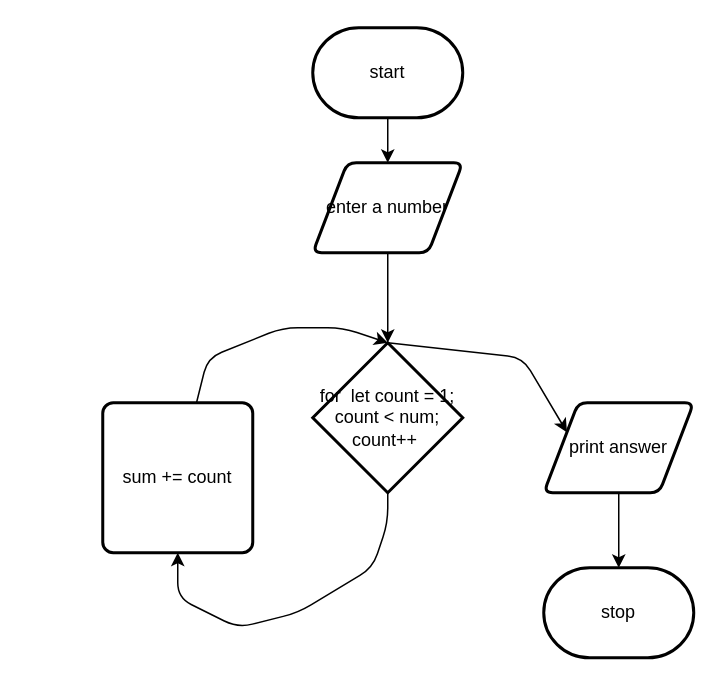
Above: design/flowchart.drawio in sophie-nguyen-0/ICS2O-unit5-07-forLoops (draw.io), before the change. Source tidied: cells renumbered, new cells numbered last; positions are measured from the earlier drawing's top-left corner, leaving out a move shared by most shapes. Both pictures are drawn from the tidied source at 150%, with x=0, y=0 at pixel (102, 27).
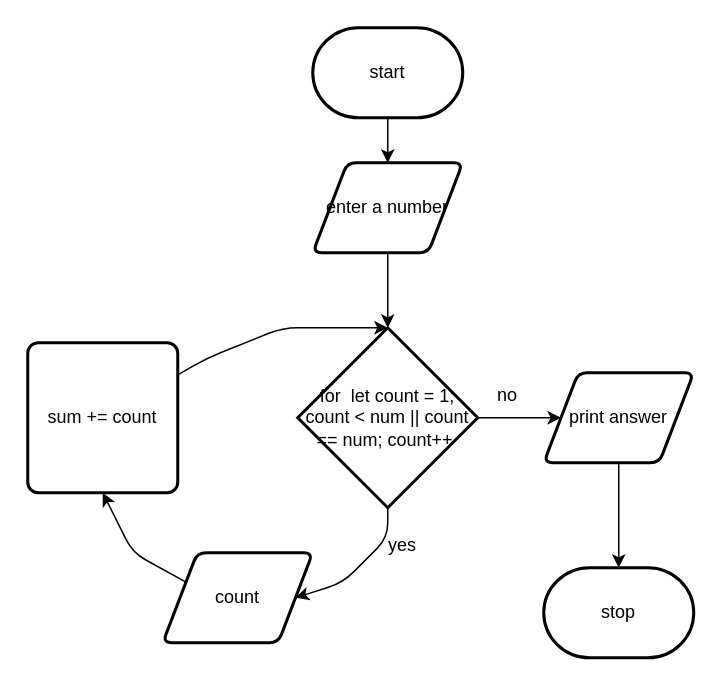
The same diagram, later.

Change to the diagram source:
```diff
@@
-    <mxCell id="6" style="edgeStyle=none;html=1;entryX=0.5;entryY=1;entryDx=0;entryDy=0;" parent="1" edge="1" source="8" target="10">
-      <mxGeometry relative="1" as="geometry">
-        <Array as="points">
-          <mxPoint x="190" y="330" />
-          <mxPoint x="180" y="360" />
-          <mxPoint x="130" y="390" />
-          <mxPoint x="90" y="400" />
-          <mxPoint x="50" y="380" />
-        </Array>
-      </mxGeometry>
-    </mxCell>
-    <mxCell id="7" style="edgeStyle=none;html=1;entryX=0;entryY=0.25;entryDx=0;entryDy=0;exitX=0.5;exitY=0;exitDx=0;exitDy=0;exitPerimeter=0;" parent="1" edge="1" source="8" target="12">
-      <mxGeometry relative="1" as="geometry">
-        <Array as="points">
-          <mxPoint x="280" y="220" />
-        </Array>
-      </mxGeometry>
+    <mxCell id="7" style="edgeStyle=none;html=1;" parent="1" edge="1" source="8" target="12">
+      <mxGeometry relative="1" as="geometry" />
     </mxCell>
+    <mxCell id="14" style="edgeStyle=none;html=1;entryX=1;entryY=0.5;entryDx=0;entryDy=0;exitX=0.5;exitY=1;exitDx=0;exitDy=0;exitPerimeter=0;" parent="1" edge="1" source="8" target="16">
+      <mxGeometry relative="1" as="geometry">
+        <Array as="points">
+          <mxPoint x="190" y="340" />
+          <mxPoint x="160" y="370" />
+        </Array>
+      </mxGeometry>
+    </mxCell>
-    <mxCell id="8" value="for&amp;nbsp; let count = 1; count &amp;lt; num; count++&amp;nbsp;" style="strokeWidth=2;html=1;shape=mxgraph.flowchart.decision;whiteSpace=wrap;" parent="1" vertex="1">
-      <mxGeometry x="140" y="210" width="100" height="100" as="geometry" />
+    <mxCell id="8" value="for&amp;nbsp; let count = 1; count &amp;lt; num || count == num; count++&amp;nbsp;" style="strokeWidth=2;html=1;shape=mxgraph.flowchart.decision;whiteSpace=wrap;" parent="1" vertex="1">
+      <mxGeometry x="130" y="200" width="120" height="120" as="geometry" />
     </mxCell>
@@
     <mxCell id="10" value="sum += count" style="rounded=1;whiteSpace=wrap;html=1;absoluteArcSize=1;arcSize=14;strokeWidth=2;" parent="1" vertex="1">
-      <mxGeometry y="250" width="100" height="100" as="geometry" />
+      <mxGeometry x="-50" y="210" width="100" height="100" as="geometry" />
     </mxCell>
@@
     <mxCell id="12" value="print answer" style="shape=parallelogram;html=1;strokeWidth=2;perimeter=parallelogramPerimeter;whiteSpace=wrap;rounded=1;arcSize=12;size=0.23;" parent="1" vertex="1">
-      <mxGeometry x="294" y="250" width="100" height="60" as="geometry" />
+      <mxGeometry x="294" y="230" width="100" height="60" as="geometry" />
     </mxCell>
@@
+    <mxCell id="15" style="edgeStyle=none;html=1;entryX=0.5;entryY=1;entryDx=0;entryDy=0;exitX=0;exitY=0.25;exitDx=0;exitDy=0;" parent="1" edge="1" source="16" target="10">
+      <mxGeometry relative="1" as="geometry">
+        <Array as="points">
+          <mxPoint x="20" y="350" />
+        </Array>
+      </mxGeometry>
+    </mxCell>
+    <mxCell id="16" value="count" style="shape=parallelogram;html=1;strokeWidth=2;perimeter=parallelogramPerimeter;whiteSpace=wrap;rounded=1;arcSize=12;size=0.23;" parent="1" vertex="1">
+      <mxGeometry x="40" y="350" width="100" height="60" as="geometry" />
+    </mxCell>
+    <mxCell id="17" value="yes" style="text;html=1;strokeColor=none;fillColor=none;align=center;verticalAlign=middle;whiteSpace=wrap;rounded=0;" parent="1" vertex="1">
+      <mxGeometry x="170" y="330" width="60" height="30" as="geometry" />
+    </mxCell>
+    <mxCell id="18" value="no" style="text;html=1;strokeColor=none;fillColor=none;align=center;verticalAlign=middle;whiteSpace=wrap;rounded=0;" parent="1" vertex="1">
+      <mxGeometry x="240" y="230" width="60" height="30" as="geometry" />
+    </mxCell>
```
